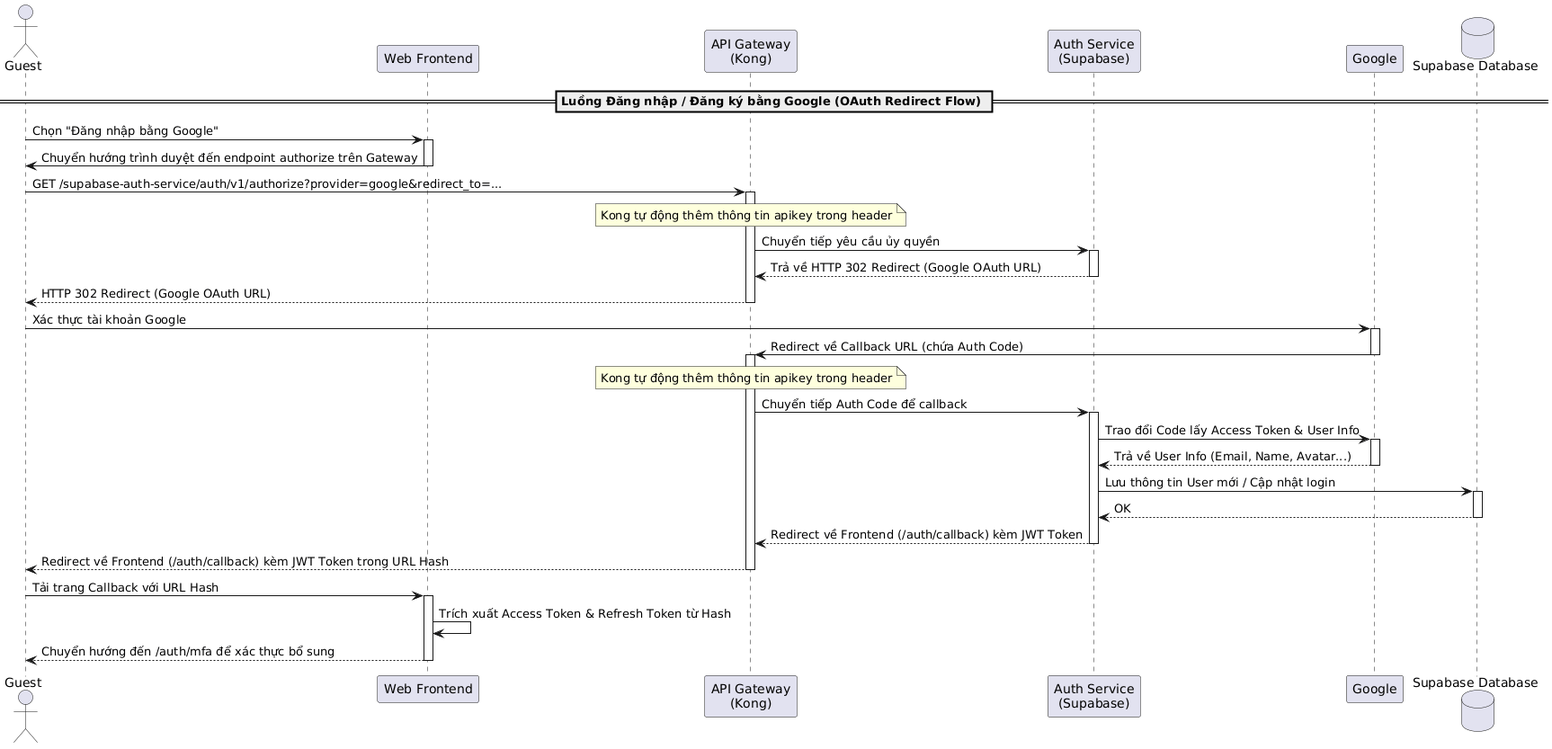
Before: latex/contents/Sequence/UML-Sequence-GuestGoogleOAuthLogin.png, a diagram exported from PlantUML (20206205Tech/docs-latex).
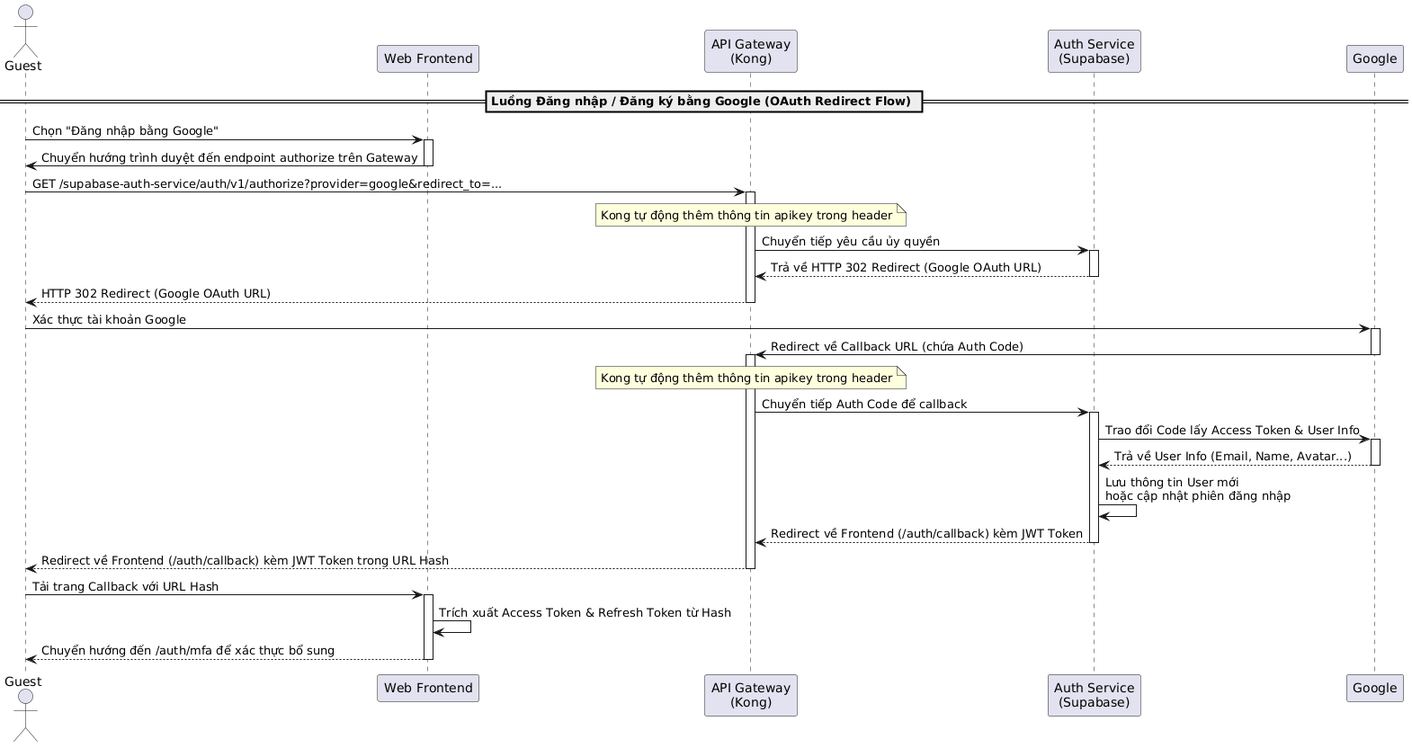
After the change.

Diff of the diagram source:
```diff
@@ -4,7 +4,6 @@
 participant "API Gateway\n(Kong)" as Kong
 participant "Auth Service\n(Supabase)" as AuthService
 participant "Google" as Google
-database "Supabase Database" as DB
 
 == Luồng Đăng nhập / Đăng ký bằng Google (OAuth Redirect Flow) ==
 Guest -> Frontend: Chọn "Đăng nhập bằng Google"
@@ -32,15 +31,13 @@
 
 Kong -> AuthService: Chuyển tiếp Auth Code để callback
 activate AuthService
+
 AuthService -> Google: Trao đổi Code lấy Access Token & User Info
 activate Google
 Google --> AuthService: Trả về User Info (Email, Name, Avatar...)
 deactivate Google
 
-AuthService -> DB: Lưu thông tin User mới / Cập nhật login
-activate DB
-DB --> AuthService: OK
-deactivate DB
+AuthService -> AuthService: Lưu thông tin User mới\nhoặc cập nhật phiên đăng nhập
 
 AuthService --> Kong: Redirect về Frontend (/auth/callback) kèm JWT Token
 deactivate AuthService
```
